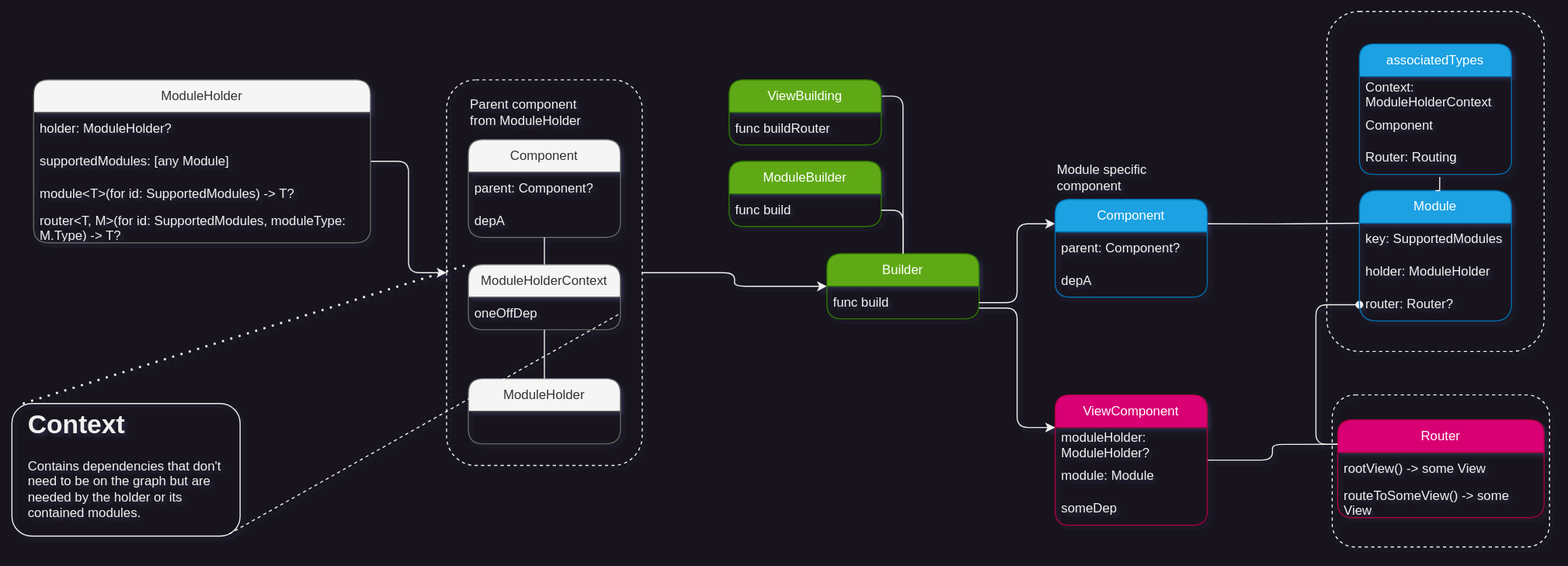
Above: images/basic-flow.svg in wvabrinskas/HuddleArch (draw.io), before the change. Source tidied: cells renumbered, new cells last; positions are measured from the earlier drawing's top-left corner, leaving out a move shared by most shapes.
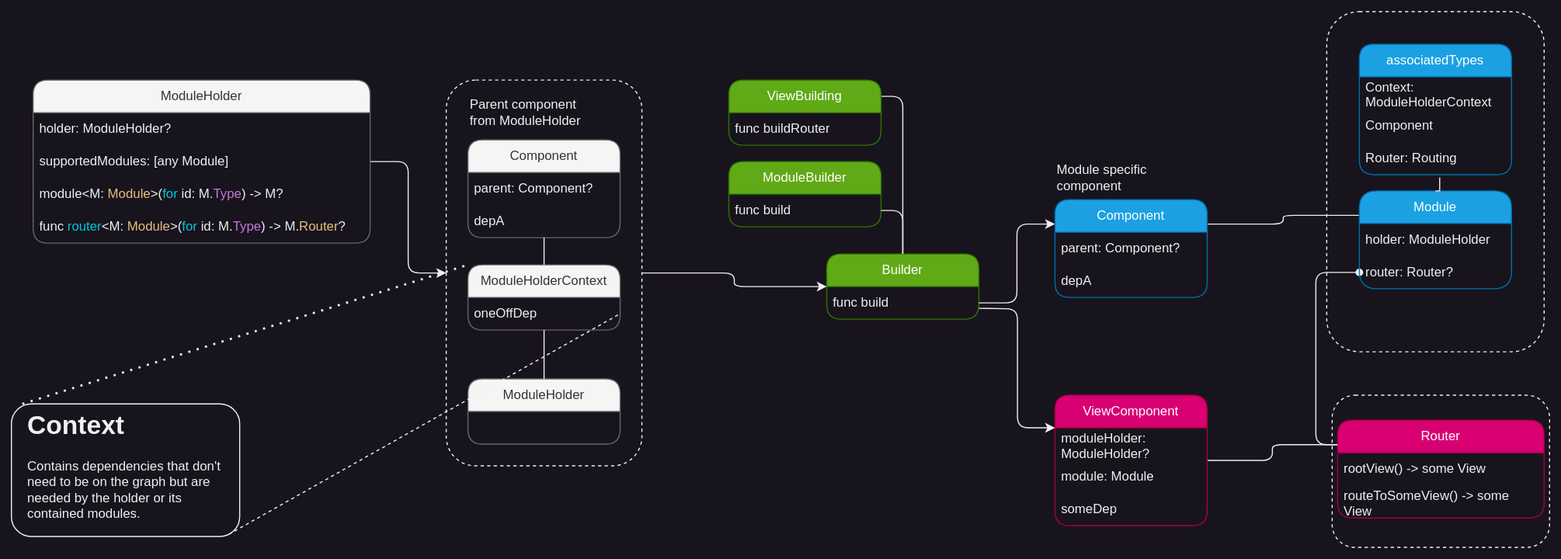
After the change.

The edit, as a diff of the source:
```diff
@@ -8,7 +8,7 @@
     <mxCell id="3" style="rounded=1;whiteSpace=wrap;html=1;fillColor=none;dashed=1;" parent="1" vertex="1">
       <mxGeometry x="1210" width="200" height="313" as="geometry" />
     </mxCell>
-    <mxCell id="4" style="edgeStyle=orthogonalEdgeStyle;rounded=1;jettySize=auto;html=1;exitX=1;exitY=0.25;exitDx=0;exitDy=0;entryX=0;entryY=0.25;entryDx=0;entryDy=0;endArrow=none;endFill=0;" parent="1" edge="1" source="47" target="37">
+    <mxCell id="4" style="edgeStyle=orthogonalEdgeStyle;rounded=1;jettySize=auto;html=1;exitX=1;exitY=0.25;exitDx=0;exitDy=0;entryX=0;entryY=0.25;entryDx=0;entryDy=0;endArrow=none;endFill=0;" parent="1" edge="1" source="46" target="37">
       <mxGeometry relative="1" as="geometry" />
     </mxCell>
     <mxCell id="5" value="Builder" style="swimlane;fontStyle=0;horizontal=1;startSize=30;whiteSpace=wrap;html=1;rounded=1;fillColor=#60a917;fontColor=#ffffff;strokeColor=#2D7600;" parent="1" vertex="1">
@@ -17,7 +17,7 @@
     <mxCell id="6" value="func build" style="text;strokeColor=none;fillColor=none;align=left;verticalAlign=middle;spacingLeft=4;spacingRight=4;overflow=hidden;points=[[0,0.5],[1,0.5]];portConstraint=eastwest;whiteSpace=wrap;html=1;" parent="5" vertex="1">
       <mxGeometry y="30" width="140" height="30" as="geometry" />
     </mxCell>
-    <mxCell id="7" style="edgeStyle=orthogonalEdgeStyle;rounded=1;jettySize=auto;html=1;exitX=0;exitY=0.25;exitDx=0;exitDy=0;entryX=0;entryY=0.5;entryDx=0;entryDy=0;endArrow=oval;endFill=1;" parent="1" edge="1" source="8" target="40">
+    <mxCell id="7" style="edgeStyle=orthogonalEdgeStyle;rounded=1;jettySize=auto;html=1;exitX=0;exitY=0.25;exitDx=0;exitDy=0;entryX=0;entryY=0.5;entryDx=0;entryDy=0;endArrow=oval;endFill=1;" parent="1" edge="1" source="8" target="39">
       <mxGeometry relative="1" as="geometry" />
     </mxCell>
     <mxCell id="8" value="Router" style="swimlane;fontStyle=0;horizontal=1;startSize=30;whiteSpace=wrap;html=1;rounded=1;fillColor=#d80073;fontColor=#ffffff;strokeColor=#A50040;" parent="1" vertex="1">
@@ -62,7 +62,7 @@
     <mxCell id="21" value="someDep" style="text;strokeColor=none;fillColor=none;align=left;verticalAlign=middle;spacingLeft=4;spacingRight=4;overflow=hidden;whiteSpace=wrap;html=1;rounded=1;" parent="18" vertex="1">
       <mxGeometry y="90" width="140" height="30" as="geometry" />
     </mxCell>
-    <mxCell id="22" style="edgeStyle=orthogonalEdgeStyle;rounded=1;jettySize=auto;html=1;exitX=1;exitY=0.5;exitDx=0;exitDy=0;entryX=0;entryY=0.25;entryDx=0;entryDy=0;" parent="1" edge="1" source="6" target="47">
+    <mxCell id="22" style="edgeStyle=orthogonalEdgeStyle;rounded=1;jettySize=auto;html=1;exitX=1;exitY=0.5;exitDx=0;exitDy=0;entryX=0;entryY=0.25;entryDx=0;entryDy=0;" parent="1" edge="1" source="6" target="46">
       <mxGeometry relative="1" as="geometry" />
     </mxCell>
     <mxCell id="23" style="edgeStyle=orthogonalEdgeStyle;rounded=1;jettySize=auto;html=1;entryX=0;entryY=0.25;entryDx=0;entryDy=0;" parent="1" edge="1" target="18">
@@ -110,76 +110,73 @@
       <mxGeometry x="1240" y="30" width="140" height="255" as="geometry" />
     </mxCell>
     <mxCell id="37" value="Module" style="swimlane;fontStyle=0;horizontal=1;startSize=30;whiteSpace=wrap;html=1;rounded=1;fillColor=#1ba1e2;fontColor=#ffffff;strokeColor=#006EAF;arcSize=18;" parent="36" vertex="1">
-      <mxGeometry y="135" width="140" height="120" as="geometry" />
+      <mxGeometry y="135" width="140" height="90" as="geometry" />
     </mxCell>
-    <mxCell id="38" value="key: SupportedModules" style="text;strokeColor=none;fillColor=none;align=left;verticalAlign=middle;spacingLeft=4;spacingRight=4;overflow=hidden;whiteSpace=wrap;html=1;" parent="37" vertex="1">
+    <mxCell id="38" value="holder: ModuleHolder" style="text;strokeColor=none;fillColor=none;align=left;verticalAlign=middle;spacingLeft=4;spacingRight=4;overflow=hidden;whiteSpace=wrap;html=1;rounded=1;" parent="37" vertex="1">
       <mxGeometry y="30" width="140" height="30" as="geometry" />
     </mxCell>
-    <mxCell id="39" value="holder: ModuleHolder" style="text;strokeColor=none;fillColor=none;align=left;verticalAlign=middle;spacingLeft=4;spacingRight=4;overflow=hidden;points=[[0,0.5],[1,0.5]];portConstraint=eastwest;whiteSpace=wrap;html=1;rounded=1;" parent="37" vertex="1">
+    <mxCell id="39" value="router: Router?" style="text;strokeColor=none;fillColor=none;align=left;verticalAlign=middle;spacingLeft=4;spacingRight=4;overflow=hidden;points=[[0,0.5],[1,0.5]];portConstraint=eastwest;whiteSpace=wrap;html=1;" parent="37" vertex="1">
       <mxGeometry y="60" width="140" height="30" as="geometry" />
     </mxCell>
-    <mxCell id="40" value="router: Router?" style="text;strokeColor=none;fillColor=none;align=left;verticalAlign=middle;spacingLeft=4;spacingRight=4;overflow=hidden;points=[[0,0.5],[1,0.5]];portConstraint=eastwest;whiteSpace=wrap;html=1;" parent="37" vertex="1">
-      <mxGeometry y="90" width="140" height="30" as="geometry" />
+    <mxCell id="40" value="associatedTypes" style="swimlane;fontStyle=0;horizontal=1;startSize=30;whiteSpace=wrap;html=1;rounded=1;fillColor=#1ba1e2;fontColor=#ffffff;strokeColor=#006EAF;" parent="36" vertex="1">
+      <mxGeometry width="140" height="120" as="geometry" />
     </mxCell>
-    <mxCell id="41" value="associatedTypes" style="swimlane;fontStyle=0;horizontal=1;startSize=30;whiteSpace=wrap;html=1;rounded=1;fillColor=#1ba1e2;fontColor=#ffffff;strokeColor=#006EAF;" parent="36" vertex="1">
-      <mxGeometry width="140" height="120" as="geometry" />
+    <mxCell id="41" value="Context: ModuleHolderContext" style="text;strokeColor=none;fillColor=none;align=left;verticalAlign=middle;spacingLeft=4;spacingRight=4;overflow=hidden;whiteSpace=wrap;html=1;" parent="40" vertex="1">
+      <mxGeometry y="30" width="140" height="30" as="geometry" />
     </mxCell>
-    <mxCell id="42" value="Context: ModuleHolderContext" style="text;strokeColor=none;fillColor=none;align=left;verticalAlign=middle;spacingLeft=4;spacingRight=4;overflow=hidden;whiteSpace=wrap;html=1;" parent="41" vertex="1">
-      <mxGeometry y="30" width="140" height="30" as="geometry" />
+    <mxCell id="42" value="Component" style="text;strokeColor=none;fillColor=none;align=left;verticalAlign=middle;spacingLeft=4;spacingRight=4;overflow=hidden;whiteSpace=wrap;html=1;" parent="40" vertex="1">
+      <mxGeometry y="60" width="140" height="30" as="geometry" />
     </mxCell>
-    <mxCell id="43" value="Component" style="text;strokeColor=none;fillColor=none;align=left;verticalAlign=middle;spacingLeft=4;spacingRight=4;overflow=hidden;points=[[0,0.5],[1,0.5]];portConstraint=eastwest;whiteSpace=wrap;html=1;" parent="41" vertex="1">
-      <mxGeometry y="60" width="140" height="30" as="geometry" />
+    <mxCell id="43" value="Router: Routing" style="text;strokeColor=none;fillColor=none;align=left;verticalAlign=middle;spacingLeft=4;spacingRight=4;overflow=hidden;points=[[0,0.5],[1,0.5]];portConstraint=eastwest;whiteSpace=wrap;html=1;" parent="40" vertex="1">
+      <mxGeometry y="90" width="140" height="30" as="geometry" />
     </mxCell>
-    <mxCell id="44" value="Router: Routing" style="text;strokeColor=none;fillColor=none;align=left;verticalAlign=middle;spacingLeft=4;spacingRight=4;overflow=hidden;points=[[0,0.5],[1,0.5]];portConstraint=eastwest;whiteSpace=wrap;html=1;" parent="41" vertex="1">
-      <mxGeometry y="90" width="140" height="30" as="geometry" />
+    <mxCell id="44" style="edgeStyle=orthogonalEdgeStyle;rounded=0;jettySize=auto;html=1;exitX=0.5;exitY=0;exitDx=0;exitDy=0;entryX=0.528;entryY=1.083;entryDx=0;entryDy=0;endArrow=none;endFill=0;entryPerimeter=0;" parent="36" edge="1" source="37" target="43">
+      <mxGeometry relative="1" as="geometry" />
     </mxCell>
-    <mxCell id="45" style="edgeStyle=orthogonalEdgeStyle;rounded=0;jettySize=auto;html=1;exitX=0.5;exitY=0;exitDx=0;exitDy=0;entryX=0.528;entryY=1.083;entryDx=0;entryDy=0;endArrow=none;endFill=0;entryPerimeter=0;" parent="36" edge="1" source="37" target="44">
-      <mxGeometry relative="1" as="geometry" />
+    <mxCell id="45" style="group;" parent="1" vertex="1">
+      <mxGeometry x="960" y="138" width="140" height="125" as="geometry" />
     </mxCell>
-    <mxCell id="46" style="group;" parent="1" vertex="1">
-      <mxGeometry x="960" y="138" width="140" height="125" as="geometry" />
+    <mxCell id="46" value="Component" style="swimlane;fontStyle=0;horizontal=1;startSize=30;whiteSpace=wrap;html=1;rounded=1;fillColor=#1ba1e2;fontColor=#ffffff;strokeColor=#006EAF;" parent="45" vertex="1">
+      <mxGeometry y="35" width="140" height="90" as="geometry" />
     </mxCell>
-    <mxCell id="47" value="Component" style="swimlane;fontStyle=0;horizontal=1;startSize=30;whiteSpace=wrap;html=1;rounded=1;fillColor=#1ba1e2;fontColor=#ffffff;strokeColor=#006EAF;" parent="46" vertex="1">
-      <mxGeometry y="35" width="140" height="90" as="geometry" />
+    <mxCell id="47" value="parent: Component?" style="text;strokeColor=none;fillColor=none;align=left;verticalAlign=middle;spacingLeft=4;spacingRight=4;overflow=hidden;points=[[0,0.5],[1,0.5]];portConstraint=eastwest;whiteSpace=wrap;html=1;" parent="46" vertex="1">
+      <mxGeometry y="30" width="140" height="30" as="geometry" />
     </mxCell>
-    <mxCell id="48" value="parent: Component?" style="text;strokeColor=none;fillColor=none;align=left;verticalAlign=middle;spacingLeft=4;spacingRight=4;overflow=hidden;whiteSpace=wrap;html=1;" parent="47" vertex="1">
-      <mxGeometry y="30" width="140" height="30" as="geometry" />
+    <mxCell id="48" value="depA" style="text;strokeColor=none;fillColor=none;align=left;verticalAlign=middle;spacingLeft=4;spacingRight=4;overflow=hidden;whiteSpace=wrap;html=1;rounded=1;" parent="46" vertex="1">
+      <mxGeometry y="60" width="140" height="30" as="geometry" />
     </mxCell>
-    <mxCell id="49" value="depA" style="text;strokeColor=none;fillColor=none;align=left;verticalAlign=middle;spacingLeft=4;spacingRight=4;overflow=hidden;whiteSpace=wrap;html=1;rounded=1;" parent="47" vertex="1">
-      <mxGeometry y="60" width="140" height="30" as="geometry" />
+    <mxCell id="49" value="Module specific component" style="text;html=1;strokeColor=none;fillColor=none;align=left;verticalAlign=middle;whiteSpace=wrap;rounded=0;" parent="45" vertex="1">
+      <mxGeometry width="110" height="30" as="geometry" />
     </mxCell>
-    <mxCell id="50" value="Module specific component" style="text;html=1;strokeColor=none;fillColor=none;align=left;verticalAlign=middle;whiteSpace=wrap;rounded=0;" parent="46" vertex="1">
-      <mxGeometry width="110" height="30" as="geometry" />
+    <mxCell id="50" style="edgeStyle=orthogonalEdgeStyle;rounded=1;jettySize=auto;html=1;entryX=0;entryY=0.5;entryDx=0;entryDy=0;" parent="1" edge="1" source="51" target="26">
+      <mxGeometry relative="1" as="geometry" />
     </mxCell>
-    <mxCell id="51" style="edgeStyle=orthogonalEdgeStyle;rounded=1;jettySize=auto;html=1;entryX=0;entryY=0.5;entryDx=0;entryDy=0;" parent="1" edge="1" source="52" target="26">
-      <mxGeometry relative="1" as="geometry" />
+    <mxCell id="51" value="ModuleHolder" style="swimlane;fontStyle=0;horizontal=1;startSize=30;whiteSpace=wrap;html=1;rounded=1;fillColor=#f5f5f5;fontColor=#333333;strokeColor=#666666;" parent="1" vertex="1">
+      <mxGeometry x="20" y="63" width="310" height="150" as="geometry" />
     </mxCell>
-    <mxCell id="52" value="ModuleHolder" style="swimlane;fontStyle=0;horizontal=1;startSize=30;whiteSpace=wrap;html=1;rounded=1;fillColor=#f5f5f5;fontColor=#333333;strokeColor=#666666;" parent="1" vertex="1">
-      <mxGeometry x="20" y="63" width="310" height="150" as="geometry" />
+    <mxCell id="52" value="holder: ModuleHolder?" style="text;strokeColor=none;fillColor=none;align=left;verticalAlign=middle;spacingLeft=4;spacingRight=4;overflow=hidden;points=[[0,0.5],[1,0.5]];portConstraint=eastwest;whiteSpace=wrap;html=1;" parent="51" vertex="1">
+      <mxGeometry y="30" width="310" height="30" as="geometry" />
     </mxCell>
-    <mxCell id="53" value="holder: ModuleHolder?" style="text;strokeColor=none;fillColor=none;align=left;verticalAlign=middle;spacingLeft=4;spacingRight=4;overflow=hidden;whiteSpace=wrap;html=1;" parent="52" vertex="1">
-      <mxGeometry y="30" width="310" height="30" as="geometry" />
+    <mxCell id="53" value="supportedModules: [any Module]&amp;nbsp;" style="text;strokeColor=none;fillColor=none;align=left;verticalAlign=middle;spacingLeft=4;spacingRight=4;overflow=hidden;whiteSpace=wrap;html=1;rounded=1;" parent="51" vertex="1">
+      <mxGeometry y="60" width="310" height="30" as="geometry" />
     </mxCell>
-    <mxCell id="54" value="supportedModules: [any Module]&amp;nbsp;" style="text;strokeColor=none;fillColor=none;align=left;verticalAlign=middle;spacingLeft=4;spacingRight=4;overflow=hidden;whiteSpace=wrap;html=1;rounded=1;" parent="52" vertex="1">
-      <mxGeometry y="60" width="310" height="30" as="geometry" />
+    <mxCell id="54" value="module&amp;lt;M: &lt;span style=&quot;color: rgb(229, 193, 124);&quot; class=&quot;s2&quot;&gt;Module&lt;/span&gt;&amp;gt;(&lt;span style=&quot;color: rgb(5, 197, 220);&quot; class=&quot;s1&quot;&gt;for&lt;/span&gt; id: M.&lt;span style=&quot;color: rgb(198, 121, 221);&quot; class=&quot;s3&quot;&gt;Type&lt;/span&gt;) -&amp;gt; M?" style="text;strokeColor=none;fillColor=none;align=left;verticalAlign=middle;spacingLeft=4;spacingRight=4;overflow=hidden;whiteSpace=wrap;html=1;rounded=1;" parent="51" vertex="1">
+      <mxGeometry y="90" width="310" height="30" as="geometry" />
     </mxCell>
-    <mxCell id="55" value="module&lt;span class=&quot;s2&quot;&gt;&amp;lt;T&amp;gt;(&lt;/span&gt;&lt;span class=&quot;s1&quot;&gt;for&lt;/span&gt;&lt;span class=&quot;s2&quot;&gt;&amp;nbsp;id:&amp;nbsp;&lt;/span&gt;SupportedModules&lt;span class=&quot;s2&quot;&gt;) -&amp;gt; T?&lt;/span&gt;" style="text;strokeColor=none;fillColor=none;align=left;verticalAlign=middle;spacingLeft=4;spacingRight=4;overflow=hidden;whiteSpace=wrap;html=1;rounded=1;" parent="52" vertex="1">
-      <mxGeometry y="90" width="310" height="30" as="geometry" />
+    <mxCell id="55" value="func &lt;span style=&quot;color: rgb(5, 197, 220);&quot; class=&quot;s2&quot;&gt;router&lt;/span&gt;&amp;lt;M: &lt;span style=&quot;color: rgb(229, 193, 124);&quot; class=&quot;s3&quot;&gt;Module&lt;/span&gt;&amp;gt;(&lt;span style=&quot;color: rgb(5, 197, 220);&quot; class=&quot;s2&quot;&gt;for&lt;/span&gt; id: M.&lt;span style=&quot;color: rgb(198, 121, 221);&quot; class=&quot;s1&quot;&gt;Type&lt;/span&gt;) -&amp;gt; M.&lt;span style=&quot;color: rgb(229, 193, 124);&quot; class=&quot;s3&quot;&gt;Router&lt;/span&gt;?" style="text;strokeColor=none;fillColor=none;align=left;verticalAlign=middle;spacingLeft=4;spacingRight=4;overflow=hidden;whiteSpace=wrap;html=1;rounded=1;" parent="51" vertex="1">
+      <mxGeometry y="120" width="310" height="30" as="geometry" />
     </mxCell>
-    <mxCell id="56" value="router&amp;lt;T, M&amp;gt;(&lt;span class=&quot;s1&quot;&gt;for&lt;/span&gt;&amp;nbsp;id:&amp;nbsp;&lt;span class=&quot;s2&quot;&gt;SupportedModules&lt;/span&gt;,&amp;nbsp;&lt;span class=&quot;s1&quot;&gt;moduleType&lt;/span&gt;: M.&lt;span class=&quot;s3&quot;&gt;Type&lt;/span&gt;) -&amp;gt; T?" style="text;strokeColor=none;fillColor=none;align=left;verticalAlign=middle;spacingLeft=4;spacingRight=4;overflow=hidden;points=[[0,0.5],[1,0.5]];portConstraint=eastwest;whiteSpace=wrap;html=1;rounded=1;" parent="52" vertex="1">
-      <mxGeometry y="120" width="310" height="30" as="geometry" />
+    <mxCell id="56" value="&lt;h1&gt;Context&lt;/h1&gt;&lt;p&gt;Contains dependencies that don't need to be on the graph but are needed by the holder or its contained modules.&amp;nbsp;&lt;/p&gt;" style="text;html=1;strokeColor=none;fillColor=none;spacing=5;spacingTop=-20;whiteSpace=wrap;overflow=hidden;rounded=0;" parent="1" vertex="1">
+      <mxGeometry x="10" y="361" width="190" height="120" as="geometry" />
     </mxCell>
-    <mxCell id="57" value="&lt;h1&gt;Context&lt;/h1&gt;&lt;p&gt;Contains dependencies that don't need to be on the graph but are needed by the holder or its contained modules.&amp;nbsp;&lt;/p&gt;" style="text;html=1;strokeColor=none;fillColor=none;spacing=5;spacingTop=-20;whiteSpace=wrap;overflow=hidden;rounded=0;" parent="1" vertex="1">
-      <mxGeometry x="10" y="361" width="190" height="120" as="geometry" />
+    <mxCell id="57" style="endArrow=none;dashed=1;html=1;dashPattern=1 3;strokeWidth=2;rounded=0;entryX=0;entryY=0;entryDx=0;entryDy=0;exitX=0;exitY=0;exitDx=0;exitDy=0;" parent="1" edge="1" source="56" target="31">
+      <mxGeometry relative="1" as="geometry" />
     </mxCell>
-    <mxCell id="58" style="endArrow=none;dashed=1;html=1;dashPattern=1 3;strokeWidth=2;rounded=0;entryX=0;entryY=0;entryDx=0;entryDy=0;exitX=0;exitY=0;exitDx=0;exitDy=0;" parent="1" edge="1" source="57" target="31">
+    <mxCell id="58" style="endArrow=none;dashed=1;html=1;rounded=0;entryX=1;entryY=0.5;entryDx=0;entryDy=0;exitX=1;exitY=1;exitDx=0;exitDy=0;" parent="1" edge="1" source="56" target="32">
       <mxGeometry relative="1" as="geometry" />
     </mxCell>
-    <mxCell id="59" style="endArrow=none;dashed=1;html=1;rounded=0;entryX=1;entryY=0.5;entryDx=0;entryDy=0;exitX=1;exitY=1;exitDx=0;exitDy=0;" parent="1" edge="1" source="57" target="32">
-      <mxGeometry relative="1" as="geometry" />
+    <mxCell id="59" style="rounded=1;whiteSpace=wrap;html=1;fillColor=none;" parent="1" vertex="1">
+      <mxGeometry y="361" width="210" height="122" as="geometry" />
     </mxCell>
-    <mxCell id="60" style="rounded=1;whiteSpace=wrap;html=1;fillColor=none;" parent="1" vertex="1">
-      <mxGeometry y="361" width="210" height="122" as="geometry" />
-    </mxCell>
   </root>
 </mxGraphModel>
```
